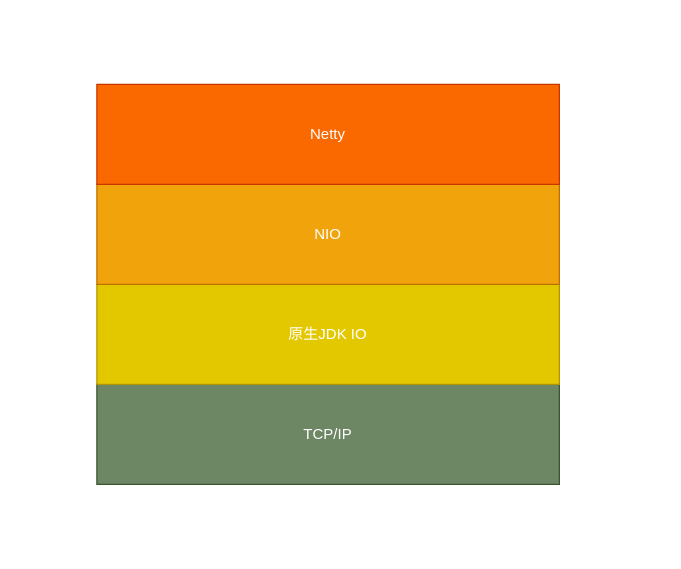
Above: netty-stu.drawio in FifteenLab/test (draw.io), before the change. Source tidied: cells renumbered, new cells numbered last; positions are measured from the earlier drawing's top-left corner, leaving out a move shared by most shapes. Both pictures are drawn from the tidied source at 125%, with x=0, y=0 at pixel (96, 84).
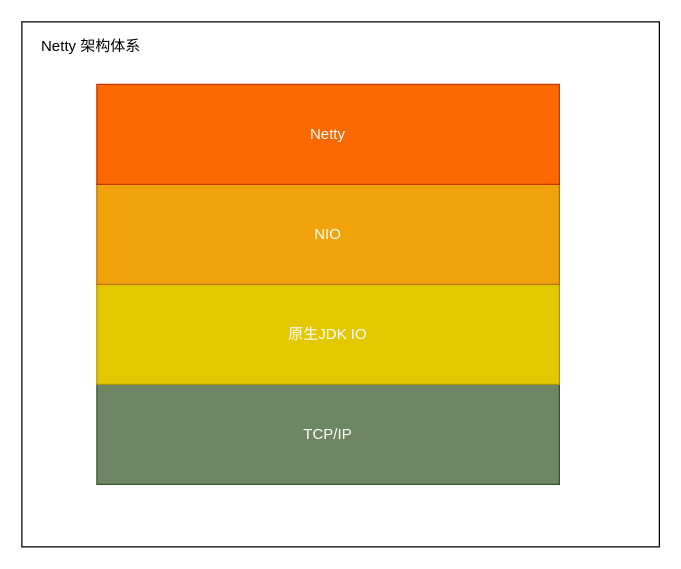
The same diagram, later.

Diff of the diagram source:
```diff
@@
 <mxGraphModel>
   <root>
     <mxCell id="0" />
     <mxCell id="1" parent="0" />
+    <mxCell id="6" style="rounded=0;whiteSpace=wrap;html=1;" parent="1" vertex="1">
+      <mxGeometry x="-60" y="-50" width="510" height="420" as="geometry" />
+    </mxCell>
     <mxCell id="2" value="TCP/IP" style="rounded=0;whiteSpace=wrap;html=1;fillColor=#6d8764;strokeColor=#3A5431;fontColor=#ffffff;" parent="1" vertex="1">
       <mxGeometry y="240" width="370" height="80" as="geometry" />
     </mxCell>
     <mxCell id="3" value="原生JDK IO" style="rounded=0;whiteSpace=wrap;html=1;fillColor=#e3c800;strokeColor=#B09500;fontColor=#ffffff;" parent="1" vertex="1">
       <mxGeometry y="160" width="370" height="80" as="geometry" />
     </mxCell>
     <mxCell id="4" value="NIO" style="rounded=0;whiteSpace=wrap;html=1;fillColor=#f0a30a;strokeColor=#BD7000;fontColor=#ffffff;" parent="1" vertex="1">
       <mxGeometry y="80" width="370" height="80" as="geometry" />
     </mxCell>
     <mxCell id="5" value="Netty" style="rounded=0;whiteSpace=wrap;html=1;fillColor=#fa6800;strokeColor=#C73500;fontColor=#ffffff;" parent="1" vertex="1">
       <mxGeometry width="370" height="80" as="geometry" />
     </mxCell>
+    <mxCell id="7" value="Netty 架构体系" style="text;html=1;align=center;verticalAlign=middle;" parent="1" vertex="1">
+      <mxGeometry x="-50" y="-40" width="90" height="20" as="geometry" />
+    </mxCell>
   </root>
 </mxGraphModel>
```
